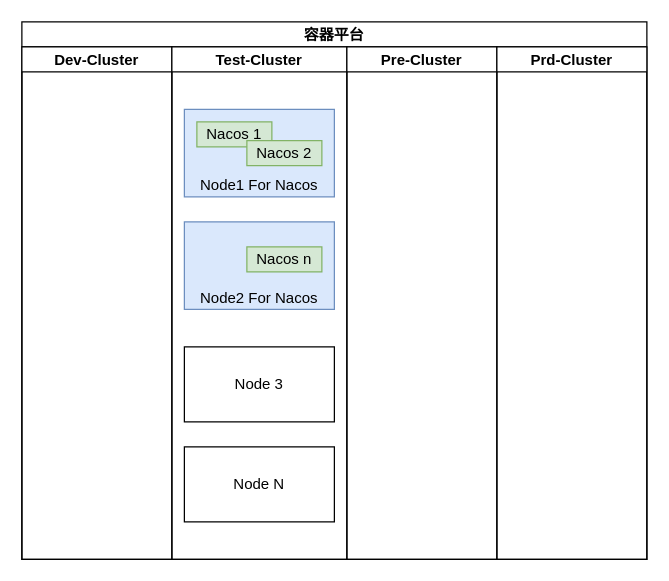
Before: im/Nacos migrate.drawio in novayoung/draw, a draw.io diagram. Source tidied: cells renumbered, new cells numbered last; positions are measured from the earlier drawing's top-left corner, leaving out a move shared by most shapes. Both pictures are drawn from the tidied source at 125%, with x=0, y=0 at pixel (21, 21).
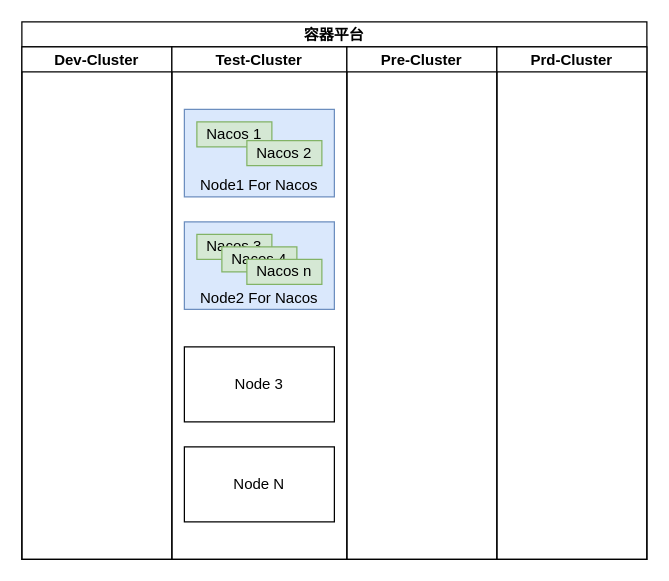
Above is the later version.

Diff of the diagram source:
```diff
@@
 <mxGraphModel>
   <root>
     <mxCell id="0" />
     <mxCell id="1" parent="0" />
     <mxCell id="2" value="容器平台" style="swimlane;startSize=20;" parent="1" vertex="1">
       <mxGeometry width="500" height="430" as="geometry" />
     </mxCell>
     <mxCell id="3" value="Dev-Cluster" style="swimlane;startSize=20;" parent="2" vertex="1">
       <mxGeometry y="20" width="120" height="410" as="geometry" />
     </mxCell>
     <mxCell id="4" value="Test-Cluster" style="swimlane;startSize=20;" parent="2" vertex="1">
       <mxGeometry x="120" y="20" width="140" height="410" as="geometry" />
     </mxCell>
     <mxCell id="5" value="Node1 For Nacos" style="rounded=0;whiteSpace=wrap;html=1;verticalAlign=bottom;fillColor=#dae8fc;strokeColor=#6c8ebf;" parent="4" vertex="1">
       <mxGeometry x="10" y="50" width="120" height="70" as="geometry" />
     </mxCell>
     <mxCell id="6" value="Node2 For Nacos" style="rounded=0;whiteSpace=wrap;html=1;verticalAlign=bottom;fillColor=#dae8fc;strokeColor=#6c8ebf;" parent="4" vertex="1">
       <mxGeometry x="10" y="140" width="120" height="70" as="geometry" />
     </mxCell>
     <mxCell id="7" value="Nacos 1" style="rounded=0;whiteSpace=wrap;html=1;fillColor=#d5e8d4;strokeColor=#82b366;" parent="4" vertex="1">
       <mxGeometry x="20" y="60" width="60" height="20" as="geometry" />
     </mxCell>
     <mxCell id="8" value="Nacos 2" style="rounded=0;whiteSpace=wrap;html=1;fillColor=#d5e8d4;strokeColor=#82b366;" parent="4" vertex="1">
       <mxGeometry x="60" y="75" width="60" height="20" as="geometry" />
     </mxCell>
-    <mxCell id="9" value="Nacos n" style="rounded=0;whiteSpace=wrap;html=1;fillColor=#d5e8d4;strokeColor=#82b366;" parent="4" vertex="1">
-      <mxGeometry x="60" y="160" width="60" height="20" as="geometry" />
-    </mxCell>
     <mxCell id="10" value="Node 3" style="rounded=0;whiteSpace=wrap;html=1;fontColor=#000000;" parent="4" vertex="1">
       <mxGeometry x="10" y="240" width="120" height="60" as="geometry" />
     </mxCell>
     <mxCell id="11" value="Node N" style="rounded=0;whiteSpace=wrap;html=1;fontColor=#000000;" parent="4" vertex="1">
       <mxGeometry x="10" y="320" width="120" height="60" as="geometry" />
     </mxCell>
+    <mxCell id="14" value="Nacos 3" style="rounded=0;whiteSpace=wrap;html=1;fillColor=#d5e8d4;strokeColor=#82b366;" parent="4" vertex="1">
+      <mxGeometry x="20" y="150" width="60" height="20" as="geometry" />
+    </mxCell>
+    <mxCell id="15" value="Nacos 4" style="rounded=0;whiteSpace=wrap;html=1;fillColor=#d5e8d4;strokeColor=#82b366;" parent="4" vertex="1">
+      <mxGeometry x="40" y="160" width="60" height="20" as="geometry" />
+    </mxCell>
+    <mxCell id="9" value="Nacos n" style="rounded=0;whiteSpace=wrap;html=1;fillColor=#d5e8d4;strokeColor=#82b366;" parent="4" vertex="1">
+      <mxGeometry x="60" y="170" width="60" height="20" as="geometry" />
+    </mxCell>
     <mxCell id="12" value="Pre-Cluster" style="swimlane;startSize=20;" parent="2" vertex="1">
       <mxGeometry x="260" y="20" width="120" height="410" as="geometry" />
     </mxCell>
     <mxCell id="13" value="Prd-Cluster" style="swimlane;startSize=20;" parent="2" vertex="1">
       <mxGeometry x="380" y="20" width="120" height="410" as="geometry" />
     </mxCell>
   </root>
 </mxGraphModel>
```
